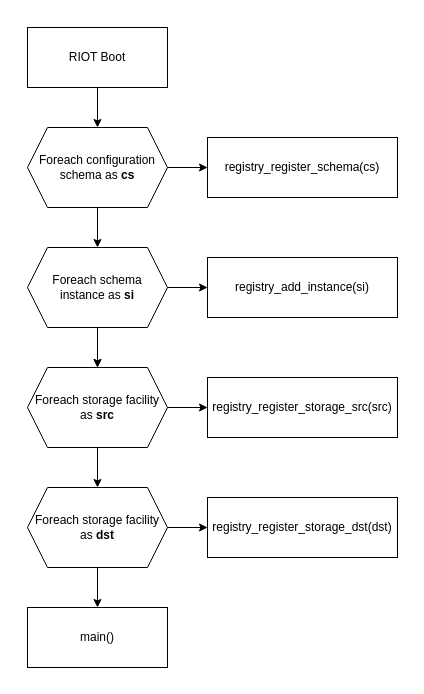
Before: doc/drawio/boot_flow.drawio in LasseRosenow/riot-runtime-config, a draw.io diagram. Source tidied: cells renumbered, new cells numbered last; positions are measured from the earlier drawing's top-left corner, leaving out a move shared by most shapes. Both pictures are drawn from the tidied source at 100%, with x=0, y=0 at pixel (17, 17).
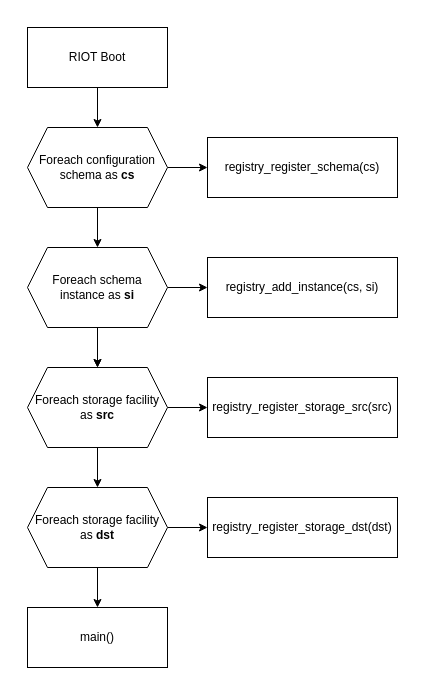
After the change.

Diff of the diagram source:
```diff
@@
-    <mxCell id="22" value="registry_add_instance(si)" style="rounded=0;whiteSpace=wrap;html=1;" parent="1" vertex="1">
+    <mxCell id="22" value="registry_add_instance(cs, si)" style="rounded=0;whiteSpace=wrap;html=1;" parent="1" vertex="1">
       <mxGeometry x="190" y="240" width="190" height="60" as="geometry" />
     </mxCell>
```
